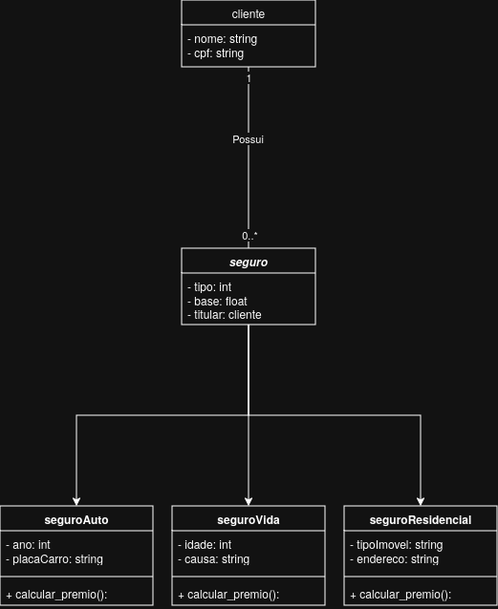
Earlier version of the draw.io export Projeto_2/Projeto_2 - Dan Mendes de Souza Nogueira Ribeiro/docs/diagrama_classes.png (isaacmirandaifce/poo-bvg). Source tidied: cells renumbered, new cells last; positions are measured from the earlier drawing's top-left corner, leaving out a move shared by most shapes.
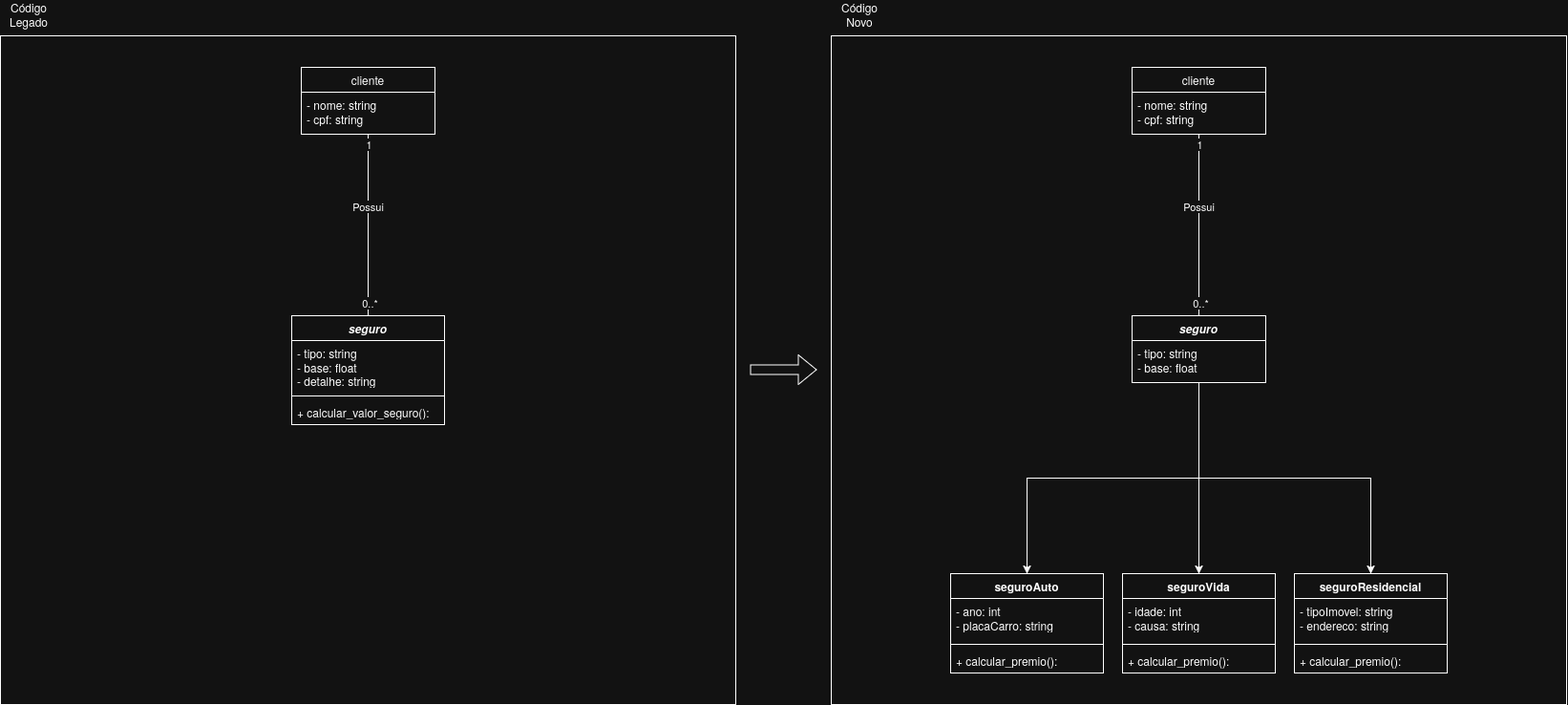
After the change.

Commit message:
Atualização do arquivo diagrama_classes.png - correção do diagrama.

Change to the diagram source:
```diff
@@ -2,63 +2,10 @@
   <root>
     <mxCell id="0" />
     <mxCell id="1" parent="0" />
-    <mxCell id="2" style="edgeStyle=orthogonalEdgeStyle;rounded=0;jettySize=auto;html=1;exitX=0.5;exitY=1;exitDx=0;exitDy=0;" parent="1" edge="1" source="9">
-      <mxGeometry relative="1" as="geometry">
-        <mxPoint x="80" y="530" as="targetPoint" />
-      </mxGeometry>
-    </mxCell>
-    <mxCell id="3" style="edgeStyle=orthogonalEdgeStyle;rounded=0;jettySize=auto;html=1;entryX=0.5;entryY=0;entryDx=0;entryDy=0;exitX=0.5;exitY=1;exitDx=0;exitDy=0;exitPerimeter=0;" parent="1" edge="1" source="10" target="5">
-      <mxGeometry relative="1" as="geometry" />
-    </mxCell>
-    <mxCell id="4" style="edgeStyle=orthogonalEdgeStyle;rounded=0;jettySize=auto;html=1;entryX=0.5;entryY=0;entryDx=0;entryDy=0;exitX=0.5;exitY=1;exitDx=0;exitDy=0;" parent="1" edge="1" source="9">
-      <mxGeometry relative="1" as="geometry">
-        <mxPoint x="440" y="530" as="targetPoint" />
-      </mxGeometry>
-    </mxCell>
-    <mxCell id="5" value="seguroVida" style="swimlane;fontStyle=1;align=center;verticalAlign=top;horizontal=1;startSize=26;whiteSpace=wrap;html=1;" parent="1" vertex="1">
-      <mxGeometry x="180" y="530" width="160" height="104" as="geometry" />
-    </mxCell>
-    <mxCell id="6" value="&lt;div&gt;- idade: int&lt;/div&gt;- causa: string" style="text;strokeColor=none;fillColor=none;align=left;verticalAlign=top;spacingLeft=4;spacingRight=4;overflow=hidden;whiteSpace=wrap;html=1;" parent="5" vertex="1">
-      <mxGeometry y="26" width="160" height="44" as="geometry" />
-    </mxCell>
-    <mxCell id="7" style="line;strokeWidth=1;fillColor=none;align=left;verticalAlign=middle;spacingTop=-1;spacingLeft=3;spacingRight=3;labelPosition=right;strokeColor=inherit;" parent="5" vertex="1">
-      <mxGeometry y="70" width="160" height="8" as="geometry" />
-    </mxCell>
-    <mxCell id="8" value="+&amp;nbsp;&lt;code&gt;&lt;font face=&quot;Helvetica&quot;&gt;calcular_premio()&lt;/font&gt;&lt;/code&gt;:" style="text;strokeColor=none;fillColor=none;align=left;verticalAlign=top;spacingLeft=4;spacingRight=4;overflow=hidden;whiteSpace=wrap;html=1;" parent="5" vertex="1">
-      <mxGeometry y="78" width="160" height="26" as="geometry" />
-    </mxCell>
-    <mxCell id="9" value="&lt;b&gt;&lt;i&gt;seguro&lt;/i&gt;&lt;/b&gt;" style="swimlane;fontStyle=0;horizontal=1;startSize=26;fillColor=none;whiteSpace=wrap;html=1;" parent="1" vertex="1">
-      <mxGeometry x="190" y="260" width="140" height="80" as="geometry" />
-    </mxCell>
-    <mxCell id="10" value="&lt;div&gt;- tipo: int&lt;/div&gt;&lt;div&gt;- base: float&lt;/div&gt;&lt;div&gt;- titular: cliente&lt;/div&gt;" style="text;strokeColor=none;fillColor=none;align=left;verticalAlign=top;spacingLeft=4;spacingRight=4;overflow=hidden;points=[[0,0.5],[1,0.5]];portConstraint=eastwest;whiteSpace=wrap;html=1;" parent="9" vertex="1">
-      <mxGeometry y="26" width="140" height="54" as="geometry" />
-    </mxCell>
-    <mxCell id="11" value="seguroResidencial" style="swimlane;fontStyle=1;align=center;verticalAlign=top;horizontal=1;startSize=26;whiteSpace=wrap;html=1;" parent="1" vertex="1">
-      <mxGeometry x="360" y="530" width="160" height="104" as="geometry" />
-    </mxCell>
-    <mxCell id="12" value="&lt;div&gt;- tipoImovel: string&lt;/div&gt;- endereco: string" style="text;strokeColor=none;fillColor=none;align=left;verticalAlign=top;spacingLeft=4;spacingRight=4;overflow=hidden;whiteSpace=wrap;html=1;" parent="11" vertex="1">
-      <mxGeometry y="26" width="160" height="44" as="geometry" />
-    </mxCell>
-    <mxCell id="13" style="line;strokeWidth=1;fillColor=none;align=left;verticalAlign=middle;spacingTop=-1;spacingLeft=3;spacingRight=3;labelPosition=right;strokeColor=inherit;" parent="11" vertex="1">
-      <mxGeometry y="70" width="160" height="8" as="geometry" />
-    </mxCell>
-    <mxCell id="14" value="+&amp;nbsp;&lt;code&gt;&lt;font face=&quot;Helvetica&quot;&gt;calcular_premio()&lt;/font&gt;&lt;/code&gt;:" style="text;strokeColor=none;fillColor=none;align=left;verticalAlign=top;spacingLeft=4;spacingRight=4;overflow=hidden;whiteSpace=wrap;html=1;" parent="11" vertex="1">
-      <mxGeometry y="78" width="160" height="26" as="geometry" />
-    </mxCell>
-    <mxCell id="15" value="&lt;code&gt;&lt;font face=&quot;Helvetica&quot;&gt;seguroAuto&lt;/font&gt;&lt;/code&gt;" style="swimlane;fontStyle=1;align=center;verticalAlign=top;horizontal=1;startSize=26;whiteSpace=wrap;html=1;" parent="1" vertex="1">
-      <mxGeometry y="530" width="160" height="104" as="geometry" />
-    </mxCell>
-    <mxCell id="16" value="&lt;div&gt;- ano: int&lt;/div&gt;&lt;div&gt;- placaCarro: string&lt;/div&gt;" style="text;strokeColor=none;fillColor=none;align=left;verticalAlign=top;spacingLeft=4;spacingRight=4;overflow=hidden;whiteSpace=wrap;html=1;" parent="15" vertex="1">
-      <mxGeometry y="26" width="160" height="44" as="geometry" />
-    </mxCell>
-    <mxCell id="17" style="line;strokeWidth=1;fillColor=none;align=left;verticalAlign=middle;spacingTop=-1;spacingLeft=3;spacingRight=3;labelPosition=right;strokeColor=inherit;" parent="15" vertex="1">
-      <mxGeometry y="70" width="160" height="8" as="geometry" />
-    </mxCell>
-    <mxCell id="18" value="+&amp;nbsp;&lt;code&gt;&lt;font face=&quot;Helvetica&quot;&gt;calcular_premio()&lt;/font&gt;&lt;/code&gt;:" style="text;strokeColor=none;fillColor=none;align=left;verticalAlign=top;spacingLeft=4;spacingRight=4;overflow=hidden;whiteSpace=wrap;html=1;" parent="15" vertex="1">
-      <mxGeometry y="78" width="160" height="26" as="geometry" />
-    </mxCell>
-    <mxCell id="19" style="edgeStyle=orthogonalEdgeStyle;rounded=0;jettySize=auto;html=1;endArrow=none;endFill=0;entryX=0.5;entryY=0;entryDx=0;entryDy=0;" parent="1" edge="1" source="23" target="9">
-      <mxGeometry relative="1" as="geometry" />
+    <mxCell id="19" style="edgeStyle=orthogonalEdgeStyle;rounded=0;jettySize=auto;html=1;endArrow=none;endFill=0;entryX=0.5;entryY=0;entryDx=0;entryDy=0;" parent="1" edge="1" source="23">
+      <mxGeometry relative="1" as="geometry">
+        <mxPoint x="-610" y="260" as="targetPoint" />
+      </mxGeometry>
     </mxCell>
     <mxCell id="20" value="0..*" style="edgeLabel;html=1;align=center;verticalAlign=middle;" parent="19" vertex="1">
       <mxGeometry x="0.85" y="1" relative="1" as="geometry" />
@@ -70,10 +17,113 @@
       <mxGeometry x="-0.21" y="-1" relative="1" as="geometry" />
     </mxCell>
     <mxCell id="23" value="cliente" style="swimlane;fontStyle=0;horizontal=1;startSize=26;fillColor=none;whiteSpace=wrap;html=1;" parent="1" vertex="1">
-      <mxGeometry x="190" width="140" height="70" as="geometry" />
+      <mxGeometry x="-680" width="140" height="70" as="geometry" />
     </mxCell>
     <mxCell id="24" value="&lt;div&gt;- nome: string&lt;/div&gt;&lt;div&gt;- cpf: string&lt;/div&gt;&lt;div&gt;&lt;br&gt;&lt;/div&gt;&lt;div&gt;&lt;br&gt;&lt;/div&gt;" style="text;strokeColor=none;fillColor=none;align=left;verticalAlign=top;spacingLeft=4;spacingRight=4;overflow=hidden;whiteSpace=wrap;html=1;" parent="23" vertex="1">
       <mxGeometry y="26" width="140" height="44" as="geometry" />
     </mxCell>
+    <mxCell id="25" value="&lt;div&gt;Código Legado&lt;/div&gt;" style="text;html=1;whiteSpace=wrap;strokeColor=none;fillColor=none;align=center;verticalAlign=middle;rounded=0;" parent="1" vertex="1">
+      <mxGeometry x="-995" y="-70" width="60" height="30" as="geometry" />
+    </mxCell>
+    <mxCell id="26" style="edgeStyle=orthogonalEdgeStyle;rounded=0;jettySize=auto;html=1;exitX=0.5;exitY=1;exitDx=0;exitDy=0;" parent="1" edge="1" source="9">
+      <mxGeometry relative="1" as="geometry">
+        <mxPoint x="80" y="530" as="targetPoint" />
+      </mxGeometry>
+    </mxCell>
+    <mxCell id="27" style="edgeStyle=orthogonalEdgeStyle;rounded=0;jettySize=auto;html=1;entryX=0.5;entryY=0;entryDx=0;entryDy=0;exitX=0.5;exitY=1;exitDx=0;exitDy=0;exitPerimeter=0;" parent="1" edge="1" source="31" target="5">
+      <mxGeometry relative="1" as="geometry" />
+    </mxCell>
+    <mxCell id="28" style="edgeStyle=orthogonalEdgeStyle;rounded=0;jettySize=auto;html=1;entryX=0.5;entryY=0;entryDx=0;entryDy=0;exitX=0.5;exitY=1;exitDx=0;exitDy=0;" parent="1" edge="1" source="9">
+      <mxGeometry relative="1" as="geometry">
+        <mxPoint x="440" y="530" as="targetPoint" />
+      </mxGeometry>
+    </mxCell>
+    <mxCell id="5" value="seguroVida" style="swimlane;fontStyle=1;align=center;verticalAlign=top;horizontal=1;startSize=26;whiteSpace=wrap;html=1;" parent="1" vertex="1">
+      <mxGeometry x="180" y="530" width="160" height="104" as="geometry" />
+    </mxCell>
+    <mxCell id="6" value="&lt;div&gt;- idade: int&lt;/div&gt;- causa: string" style="text;strokeColor=none;fillColor=none;align=left;verticalAlign=top;spacingLeft=4;spacingRight=4;overflow=hidden;whiteSpace=wrap;html=1;" parent="5" vertex="1">
+      <mxGeometry y="26" width="160" height="44" as="geometry" />
+    </mxCell>
+    <mxCell id="29" style="line;strokeWidth=1;fillColor=none;align=left;verticalAlign=middle;spacingTop=-1;spacingLeft=3;spacingRight=3;labelPosition=right;strokeColor=inherit;" parent="5" vertex="1">
+      <mxGeometry y="70" width="160" height="8" as="geometry" />
+    </mxCell>
+    <mxCell id="30" value="+&amp;nbsp;&lt;code&gt;&lt;font face=&quot;Helvetica&quot;&gt;calcular_premio()&lt;/font&gt;&lt;/code&gt;:" style="text;strokeColor=none;fillColor=none;align=left;verticalAlign=top;spacingLeft=4;spacingRight=4;overflow=hidden;whiteSpace=wrap;html=1;" parent="5" vertex="1">
+      <mxGeometry y="78" width="160" height="26" as="geometry" />
+    </mxCell>
+    <mxCell id="9" value="&lt;b&gt;&lt;i&gt;seguro&lt;/i&gt;&lt;/b&gt;" style="swimlane;fontStyle=0;horizontal=1;startSize=26;fillColor=none;whiteSpace=wrap;html=1;" parent="1" vertex="1">
+      <mxGeometry x="190" y="260" width="140" height="70" as="geometry" />
+    </mxCell>
+    <mxCell id="31" value="&lt;div&gt;- tipo: string&lt;/div&gt;&lt;div&gt;- base: float&lt;/div&gt;" style="text;strokeColor=none;fillColor=none;align=left;verticalAlign=top;spacingLeft=4;spacingRight=4;overflow=hidden;points=[[0,0.5],[1,0.5]];portConstraint=eastwest;whiteSpace=wrap;html=1;" parent="9" vertex="1">
+      <mxGeometry y="26" width="140" height="44" as="geometry" />
+    </mxCell>
+    <mxCell id="11" value="seguroResidencial" style="swimlane;fontStyle=1;align=center;verticalAlign=top;horizontal=1;startSize=26;whiteSpace=wrap;html=1;" parent="1" vertex="1">
+      <mxGeometry x="360" y="530" width="160" height="104" as="geometry" />
+    </mxCell>
+    <mxCell id="12" value="&lt;div&gt;- tipoImovel: string&lt;/div&gt;- endereco: string" style="text;strokeColor=none;fillColor=none;align=left;verticalAlign=top;spacingLeft=4;spacingRight=4;overflow=hidden;whiteSpace=wrap;html=1;" parent="11" vertex="1">
+      <mxGeometry y="26" width="160" height="44" as="geometry" />
+    </mxCell>
+    <mxCell id="32" style="line;strokeWidth=1;fillColor=none;align=left;verticalAlign=middle;spacingTop=-1;spacingLeft=3;spacingRight=3;labelPosition=right;strokeColor=inherit;" parent="11" vertex="1">
+      <mxGeometry y="70" width="160" height="8" as="geometry" />
+    </mxCell>
+    <mxCell id="33" value="+&amp;nbsp;&lt;code&gt;&lt;font face=&quot;Helvetica&quot;&gt;calcular_premio()&lt;/font&gt;&lt;/code&gt;:" style="text;strokeColor=none;fillColor=none;align=left;verticalAlign=top;spacingLeft=4;spacingRight=4;overflow=hidden;whiteSpace=wrap;html=1;" parent="11" vertex="1">
+      <mxGeometry y="78" width="160" height="26" as="geometry" />
+    </mxCell>
+    <mxCell id="15" value="&lt;code&gt;&lt;font face=&quot;Helvetica&quot;&gt;seguroAuto&lt;/font&gt;&lt;/code&gt;" style="swimlane;fontStyle=1;align=center;verticalAlign=top;horizontal=1;startSize=26;whiteSpace=wrap;html=1;" parent="1" vertex="1">
+      <mxGeometry y="530" width="160" height="104" as="geometry" />
+    </mxCell>
+    <mxCell id="16" value="&lt;div&gt;- ano: int&lt;/div&gt;&lt;div&gt;- placaCarro: string&lt;/div&gt;" style="text;strokeColor=none;fillColor=none;align=left;verticalAlign=top;spacingLeft=4;spacingRight=4;overflow=hidden;whiteSpace=wrap;html=1;" parent="15" vertex="1">
+      <mxGeometry y="26" width="160" height="44" as="geometry" />
+    </mxCell>
+    <mxCell id="34" style="line;strokeWidth=1;fillColor=none;align=left;verticalAlign=middle;spacingTop=-1;spacingLeft=3;spacingRight=3;labelPosition=right;strokeColor=inherit;" parent="15" vertex="1">
+      <mxGeometry y="70" width="160" height="8" as="geometry" />
+    </mxCell>
+    <mxCell id="35" value="+&amp;nbsp;&lt;code&gt;&lt;font face=&quot;Helvetica&quot;&gt;calcular_premio()&lt;/font&gt;&lt;/code&gt;:" style="text;strokeColor=none;fillColor=none;align=left;verticalAlign=top;spacingLeft=4;spacingRight=4;overflow=hidden;whiteSpace=wrap;html=1;" parent="15" vertex="1">
+      <mxGeometry y="78" width="160" height="26" as="geometry" />
+    </mxCell>
+    <mxCell id="36" style="edgeStyle=orthogonalEdgeStyle;rounded=0;jettySize=auto;html=1;endArrow=none;endFill=0;entryX=0.5;entryY=0;entryDx=0;entryDy=0;" parent="1" edge="1" source="40" target="9">
+      <mxGeometry relative="1" as="geometry" />
+    </mxCell>
+    <mxCell id="37" value="0..*" style="edgeLabel;html=1;align=center;verticalAlign=middle;" parent="36" vertex="1">
+      <mxGeometry x="0.85" y="1" relative="1" as="geometry" />
+    </mxCell>
+    <mxCell id="38" value="1" style="edgeLabel;html=1;align=center;verticalAlign=middle;" parent="36" vertex="1">
+      <mxGeometry x="-0.89" relative="1" as="geometry" />
+    </mxCell>
+    <mxCell id="39" value="Possui" style="edgeLabel;html=1;align=center;verticalAlign=middle;" parent="36" vertex="1">
+      <mxGeometry x="-0.21" y="-1" relative="1" as="geometry" />
+    </mxCell>
+    <mxCell id="40" value="cliente" style="swimlane;fontStyle=0;horizontal=1;startSize=26;fillColor=none;whiteSpace=wrap;html=1;" parent="1" vertex="1">
+      <mxGeometry x="190" width="140" height="70" as="geometry" />
+    </mxCell>
+    <mxCell id="41" value="&lt;div&gt;- nome: string&lt;/div&gt;&lt;div&gt;- cpf: string&lt;/div&gt;&lt;div&gt;&lt;br&gt;&lt;/div&gt;&lt;div&gt;&lt;br&gt;&lt;/div&gt;" style="text;strokeColor=none;fillColor=none;align=left;verticalAlign=top;spacingLeft=4;spacingRight=4;overflow=hidden;whiteSpace=wrap;html=1;" parent="40" vertex="1">
+      <mxGeometry y="26" width="140" height="44" as="geometry" />
+    </mxCell>
+    <mxCell id="42" style="rounded=0;whiteSpace=wrap;html=1;fillColor=none;" parent="1" vertex="1">
+      <mxGeometry x="-125" y="-33" width="770" height="700" as="geometry" />
+    </mxCell>
+    <mxCell id="43" value="&lt;div&gt;Código Novo&lt;/div&gt;" style="text;html=1;whiteSpace=wrap;strokeColor=none;fillColor=none;align=center;verticalAlign=middle;rounded=0;" parent="1" vertex="1">
+      <mxGeometry x="-125" y="-70" width="60" height="30" as="geometry" />
+    </mxCell>
+    <mxCell id="44" value="&lt;b&gt;&lt;i&gt;seguro&lt;/i&gt;&lt;/b&gt;" style="swimlane;fontStyle=1;align=center;verticalAlign=top;horizontal=1;startSize=26;whiteSpace=wrap;html=1;" parent="1" vertex="1">
+      <mxGeometry x="-690" y="260" width="160" height="114" as="geometry" />
+    </mxCell>
+    <mxCell id="45" value="&lt;div&gt;- tipo: string&lt;/div&gt;&lt;div&gt;- base: float&lt;/div&gt;&lt;div&gt;- detalhe: string&lt;/div&gt;" style="text;strokeColor=none;fillColor=none;align=left;verticalAlign=top;spacingLeft=4;spacingRight=4;overflow=hidden;whiteSpace=wrap;html=1;" parent="44" vertex="1">
+      <mxGeometry y="26" width="160" height="54" as="geometry" />
+    </mxCell>
+    <mxCell id="46" style="line;strokeWidth=1;fillColor=none;align=left;verticalAlign=middle;spacingTop=-1;spacingLeft=3;spacingRight=3;labelPosition=right;strokeColor=inherit;" parent="44" vertex="1">
+      <mxGeometry y="80" width="160" height="8" as="geometry" />
+    </mxCell>
+    <mxCell id="47" value="+&amp;nbsp;&lt;span class=&quot;pl-en&quot;&gt;&lt;font face=&quot;Helvetica&quot;&gt;calcular_valor_seguro&lt;/font&gt;&lt;/span&gt;():" style="text;strokeColor=none;fillColor=none;align=left;verticalAlign=top;spacingLeft=4;spacingRight=4;overflow=hidden;whiteSpace=wrap;html=1;" parent="44" vertex="1">
+      <mxGeometry y="88" width="160" height="26" as="geometry" />
+    </mxCell>
+    <mxCell id="48" style="rounded=0;whiteSpace=wrap;html=1;fillColor=none;" parent="1" vertex="1">
+      <mxGeometry x="-995" y="-33" width="770" height="700" as="geometry" />
+    </mxCell>
+    <mxCell id="49" style="shape=flexArrow;endArrow=classic;html=1;rounded=0;" parent="1" edge="1">
+      <mxGeometry relative="1" as="geometry">
+        <mxPoint x="-210" y="316.5" as="sourcePoint" />
+        <mxPoint x="-140" y="316.5" as="targetPoint" />
+      </mxGeometry>
+    </mxCell>
   </root>
 </mxGraphModel>
```
